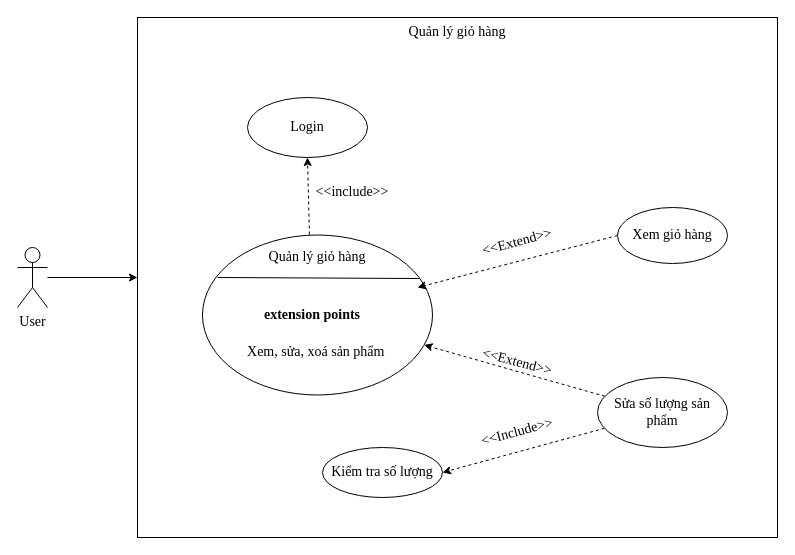
minhan1410/Commerce keeps this draw.io diagram as page "cart" (5 of 13) of usecase.drawio. Above is the earlier version. Source tidied: cells renumbered, new cells numbered last; positions are measured from the earlier drawing's top-left corner, leaving out a move shared by most shapes. Both pictures are drawn from the tidied source at 100%, with x=0, y=0 at pixel (17, 17).
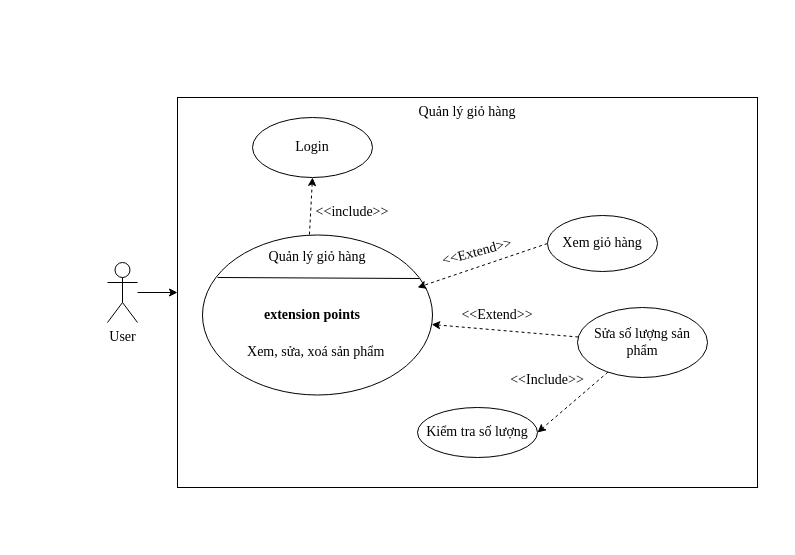
Above is the later version.

What changed in the source:
```diff
@@
     <mxCell id="3" value="User" style="shape=umlActor;verticalLabelPosition=bottom;verticalAlign=top;html=1;outlineConnect=0;fontFamily=Times New Roman;fontSize=14;" parent="1" vertex="1">
-      <mxGeometry y="230" width="30" height="60" as="geometry" />
+      <mxGeometry x="90" y="245" width="30" height="60" as="geometry" />
     </mxCell>
     <mxCell id="4" value="Quản lý giỏ hàng" style="whiteSpace=wrap;html=1;verticalAlign=top;fontFamily=Times New Roman;fontSize=14;" parent="1" vertex="1">
-      <mxGeometry x="120" width="640" height="520" as="geometry" />
+      <mxGeometry x="160" y="80" width="580" height="390" as="geometry" />
     </mxCell>
@@
     <mxCell id="7" style="ellipse;whiteSpace=wrap;html=1;fontFamily=Times New Roman;fontSize=14;" parent="1" vertex="1">
-      <mxGeometry x="230" y="80" width="120" height="60" as="geometry" />
+      <mxGeometry x="235" y="100" width="120" height="60" as="geometry" />
     </mxCell>
     <mxCell id="8" value="Login" style="text;html=1;strokeColor=none;fillColor=none;align=center;verticalAlign=middle;whiteSpace=wrap;rounded=0;fontFamily=Times New Roman;fontSize=14;" parent="1" vertex="1">
-      <mxGeometry x="240" y="100" width="100" height="20" as="geometry" />
+      <mxGeometry x="245" y="120" width="100" height="20" as="geometry" />
     </mxCell>
     <mxCell id="9" value="&amp;lt;&amp;lt;include&amp;gt;&amp;gt;" style="text;html=1;strokeColor=none;fillColor=none;align=center;verticalAlign=middle;whiteSpace=wrap;rounded=0;fontFamily=Times New Roman;fontSize=14;" parent="1" vertex="1">
-      <mxGeometry x="305" y="160" width="60" height="30" as="geometry" />
+      <mxGeometry x="305" y="180" width="60" height="30" as="geometry" />
     </mxCell>
@@
     <mxCell id="11" value="Xem giỏ hàng" style="ellipse;whiteSpace=wrap;html=1;fontFamily=Times New Roman;fontSize=14;" parent="1" vertex="1">
-      <mxGeometry x="600" y="190" width="110" height="56" as="geometry" />
+      <mxGeometry x="530" y="198" width="110" height="56" as="geometry" />
     </mxCell>
@@
     <mxCell id="14" value="&amp;lt;&amp;lt;Extend&amp;gt;&amp;gt;" style="text;html=1;strokeColor=none;fillColor=none;align=center;verticalAlign=middle;whiteSpace=wrap;rounded=0;rotation=-15;fontFamily=Times New Roman;fontSize=14;" parent="1" vertex="1">
-      <mxGeometry x="470" y="210" width="60" height="30" as="geometry" />
+      <mxGeometry x="430" y="220" width="60" height="30" as="geometry" />
     </mxCell>
@@
-    <mxCell id="16" value="&amp;lt;&amp;lt;Extend&amp;gt;&amp;gt;" style="text;html=1;strokeColor=none;fillColor=none;align=center;verticalAlign=middle;whiteSpace=wrap;rounded=0;rotation=15;fontFamily=Times New Roman;fontSize=14;" parent="1" vertex="1">
-      <mxGeometry x="470" y="330" width="60" height="30" as="geometry" />
+    <mxCell id="16" value="&amp;lt;&amp;lt;Extend&amp;gt;&amp;gt;" style="text;html=1;strokeColor=none;fillColor=none;align=center;verticalAlign=middle;whiteSpace=wrap;rounded=0;rotation=0;fontFamily=Times New Roman;fontSize=14;" parent="1" vertex="1">
+      <mxGeometry x="450" y="282.5" width="60" height="30" as="geometry" />
     </mxCell>
-    <mxCell id="17" value="&amp;lt;&amp;lt;Include&amp;gt;&amp;gt;" style="text;html=1;strokeColor=none;fillColor=none;align=center;verticalAlign=middle;whiteSpace=wrap;rounded=0;rotation=-15;fontFamily=Times New Roman;fontSize=14;" parent="1" vertex="1">
-      <mxGeometry x="470" y="400" width="60" height="30" as="geometry" />
+    <mxCell id="17" value="&amp;lt;&amp;lt;Include&amp;gt;&amp;gt;" style="text;html=1;strokeColor=none;fillColor=none;align=center;verticalAlign=middle;whiteSpace=wrap;rounded=0;rotation=0;fontFamily=Times New Roman;fontSize=14;" parent="1" vertex="1">
+      <mxGeometry x="500" y="347.5" width="60" height="30" as="geometry" />
     </mxCell>
@@
     <mxCell id="20" value="Sửa số lượng sản phẩm" style="ellipse;whiteSpace=wrap;html=1;fontFamily=Times New Roman;fontSize=14;" parent="1" vertex="1">
-      <mxGeometry x="580" y="360" width="130" height="70" as="geometry" />
+      <mxGeometry x="560" y="290" width="130" height="70" as="geometry" />
     </mxCell>
     <mxCell id="21" value="Kiểm tra số lượng" style="ellipse;whiteSpace=wrap;html=1;fontFamily=Times New Roman;fontSize=14;" parent="1" vertex="1">
-      <mxGeometry x="305" y="430" width="120" height="50" as="geometry" />
+      <mxGeometry x="400" y="390" width="120" height="50" as="geometry" />
     </mxCell>
```
